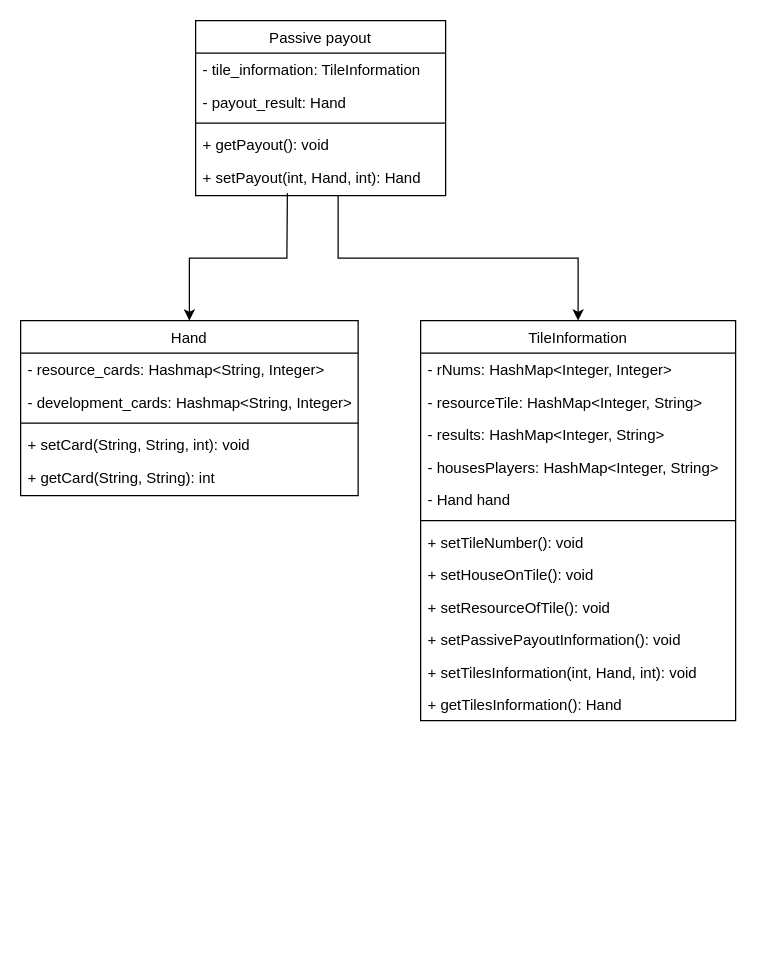
Earlier version of the draw.io diagram documentation/UML-diagrammes/class_diagram_passivepayout_package_detailed.drawio (M-Ike007/CatanGame). Source tidied: cells renumbered, new cells numbered last; positions are measured from the earlier drawing's top-left corner, leaving out a move shared by most shapes. Both pictures are drawn from the tidied source at 125%, with x=0, y=0 at pixel (20, 20).
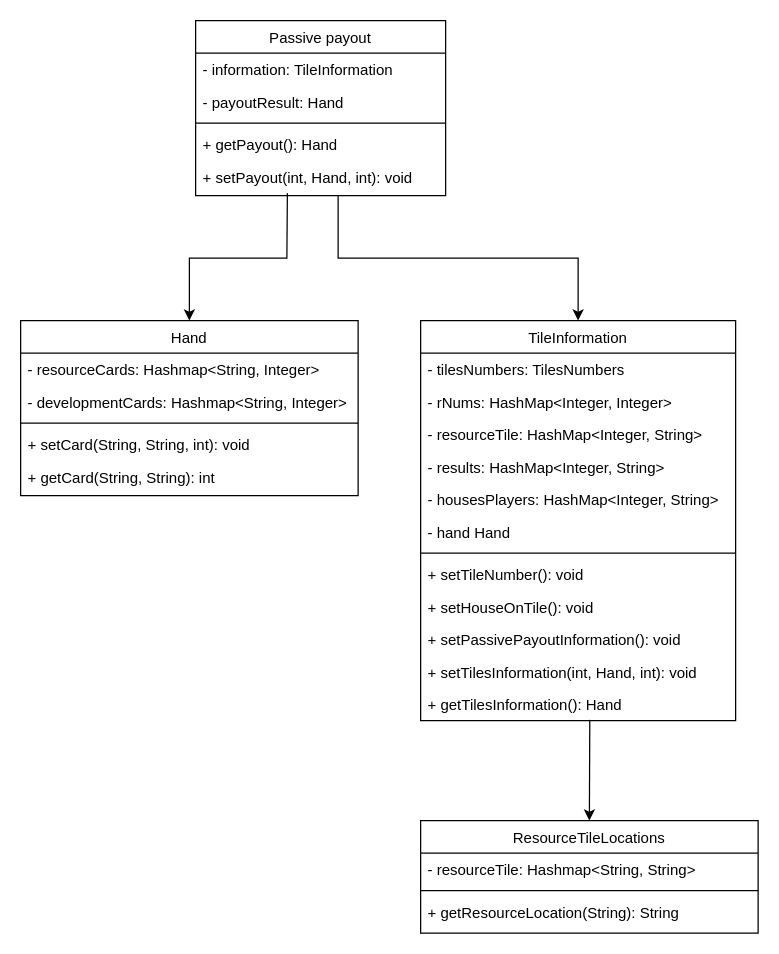
The same diagram, later.

Commit message (it also covers changes not shown here):
IVV, SDH. Update class diagram passivepayout

Unchanged cells that the change refers to:
```xml
<mxCell id="2" value="Passive payout" style="swimlane;fontStyle=0;align=center;verticalAlign=top;horizontal=1;startSize=26;rounded=0;shadow=0;strokeWidth=1;" parent="1" vertex="1">
  <mxGeometry x="140" width="200" height="140" as="geometry" />
</mxCell>
<mxCell id="8" value="Hand" style="swimlane;fontStyle=0;align=center;verticalAlign=top;horizontal=1;startSize=26;rounded=0;shadow=0;strokeWidth=1;" parent="1" vertex="1">
  <mxGeometry y="240" width="270" height="140" as="geometry" />
</mxCell>
<mxCell id="14" value="TileInformation" style="swimlane;fontStyle=0;align=center;verticalAlign=top;horizontal=1;startSize=26;rounded=0;shadow=0;strokeWidth=1;" parent="1" vertex="1">
  <mxGeometry x="320" y="240" width="252" height="320" as="geometry" />
</mxCell>
<mxCell id="26" value="+ getTilesInformation(): Hand" style="text;align=left;verticalAlign=top;spacingLeft=4;spacingRight=4;overflow=hidden;points=[[0,0.5],[1,0.5]];portConstraint=eastwest;rounded=0;shadow=0;html=0;" parent="14" vertex="1">
  <mxGeometry y="294" width="252" height="26" as="geometry" />
</mxCell>
```

Diff of the diagram source:
```diff
@@
-    <mxCell id="3" value="- tile_information: TileInformation" style="text;align=left;verticalAlign=top;spacingLeft=4;spacingRight=4;overflow=hidden;rounded=0;shadow=0;html=0;" parent="2" vertex="1">
+    <mxCell id="3" value="- information: TileInformation" style="text;align=left;verticalAlign=top;spacingLeft=4;spacingRight=4;overflow=hidden;rounded=0;shadow=0;html=0;" parent="2" vertex="1">
       <mxGeometry y="26" width="200" height="26" as="geometry" />
     </mxCell>
-    <mxCell id="4" value="- payout_result: Hand" style="text;align=left;verticalAlign=top;spacingLeft=4;spacingRight=4;overflow=hidden;" parent="2" vertex="1">
+    <mxCell id="4" value="- payoutResult: Hand" style="text;align=left;verticalAlign=top;spacingLeft=4;spacingRight=4;overflow=hidden;" parent="2" vertex="1">
       <mxGeometry y="52" width="200" height="26" as="geometry" />
     </mxCell>
@@
-    <mxCell id="6" value="+ getPayout(): void" style="text;align=left;verticalAlign=top;spacingLeft=4;spacingRight=4;overflow=hidden;" parent="2" vertex="1">
+    <mxCell id="6" value="+ getPayout(): Hand" style="text;align=left;verticalAlign=top;spacingLeft=4;spacingRight=4;overflow=hidden;" parent="2" vertex="1">
       <mxGeometry y="86" width="200" height="26" as="geometry" />
     </mxCell>
-    <mxCell id="7" value="+ setPayout(int, Hand, int): Hand" style="text;align=left;verticalAlign=top;spacingLeft=4;spacingRight=4;overflow=hidden;points=[[0,0.5],[1,0.5]];portConstraint=eastwest;rounded=0;shadow=0;html=0;" parent="2" vertex="1">
+    <mxCell id="7" value="+ setPayout(int, Hand, int): void" style="text;align=left;verticalAlign=top;spacingLeft=4;spacingRight=4;overflow=hidden;points=[[0,0.5],[1,0.5]];portConstraint=eastwest;rounded=0;shadow=0;html=0;" parent="2" vertex="1">
       <mxGeometry y="112" width="200" height="26" as="geometry" />
     </mxCell>
@@
-    <mxCell id="9" value="- resource_cards: Hashmap&lt;String, Integer&gt;" style="text;align=left;verticalAlign=top;spacingLeft=4;spacingRight=4;overflow=hidden;" parent="8" vertex="1">
+    <mxCell id="9" value="- resourceCards: Hashmap&lt;String, Integer&gt;" style="text;align=left;verticalAlign=top;spacingLeft=4;spacingRight=4;overflow=hidden;" parent="8" vertex="1">
       <mxGeometry y="26" width="270" height="26" as="geometry" />
     </mxCell>
-    <mxCell id="10" value="- development_cards: Hashmap&lt;String, Integer&gt;" style="text;align=left;verticalAlign=top;spacingLeft=4;spacingRight=4;overflow=hidden;rounded=0;shadow=0;html=0;" parent="8" vertex="1">
+    <mxCell id="10" value="- developmentCards: Hashmap&lt;String, Integer&gt;" style="text;align=left;verticalAlign=top;spacingLeft=4;spacingRight=4;overflow=hidden;rounded=0;shadow=0;html=0;" parent="8" vertex="1">
       <mxGeometry y="52" width="270" height="26" as="geometry" />
     </mxCell>
@@
-    <mxCell id="15" value="- rNums: HashMap&lt;Integer, Integer&gt;" style="text;align=left;verticalAlign=top;spacingLeft=4;spacingRight=4;overflow=hidden;" parent="14" vertex="1">
+    <mxCell id="15" value="- tilesNumbers: TilesNumbers" style="text;align=left;verticalAlign=top;spacingLeft=4;spacingRight=4;overflow=hidden;" parent="14" vertex="1">
       <mxGeometry y="26" width="252" height="26" as="geometry" />
     </mxCell>
+    <mxCell id="29" value="- rNums: HashMap&lt;Integer, Integer&gt;" style="text;align=left;verticalAlign=top;spacingLeft=4;spacingRight=4;overflow=hidden;" parent="14" vertex="1">
+      <mxGeometry y="52" width="252" height="26" as="geometry" />
+    </mxCell>
     <mxCell id="16" value="- resourceTile: HashMap&lt;Integer, String&gt;" style="text;align=left;verticalAlign=top;spacingLeft=4;spacingRight=4;overflow=hidden;rounded=0;shadow=0;html=0;" parent="14" vertex="1">
-      <mxGeometry y="52" width="252" height="26" as="geometry" />
+      <mxGeometry y="78" width="252" height="26" as="geometry" />
     </mxCell>
     <mxCell id="17" value="- results: HashMap&lt;Integer, String&gt;" style="text;align=left;verticalAlign=top;spacingLeft=4;spacingRight=4;overflow=hidden;rounded=0;shadow=0;html=0;" parent="14" vertex="1">
-      <mxGeometry y="78" width="252" height="26" as="geometry" />
+      <mxGeometry y="104" width="252" height="26" as="geometry" />
     </mxCell>
     <mxCell id="18" value="- housesPlayers: HashMap&lt;Integer, String&gt;" style="text;align=left;verticalAlign=top;spacingLeft=4;spacingRight=4;overflow=hidden;rounded=0;shadow=0;html=0;" parent="14" vertex="1">
-      <mxGeometry y="104" width="252" height="26" as="geometry" />
+      <mxGeometry y="130" width="252" height="26" as="geometry" />
     </mxCell>
-    <mxCell id="19" value="- Hand hand" style="text;align=left;verticalAlign=top;spacingLeft=4;spacingRight=4;overflow=hidden;" parent="14" vertex="1">
-      <mxGeometry y="130" width="252" height="26" as="geometry" />
+    <mxCell id="19" value="- hand Hand" style="text;align=left;verticalAlign=top;spacingLeft=4;spacingRight=4;overflow=hidden;" parent="14" vertex="1">
+      <mxGeometry y="156" width="252" height="26" as="geometry" />
     </mxCell>
     <mxCell id="20" style="line;html=1;strokeWidth=1;align=left;verticalAlign=middle;spacingTop=-1;spacingLeft=3;spacingRight=3;labelPosition=right;" parent="14" vertex="1">
-      <mxGeometry y="156" width="252" height="8" as="geometry" />
+      <mxGeometry y="182" width="252" height="8" as="geometry" />
     </mxCell>
     <mxCell id="21" value="+ setTileNumber(): void" style="text;align=left;verticalAlign=top;spacingLeft=4;spacingRight=4;overflow=hidden;" parent="14" vertex="1">
-      <mxGeometry y="164" width="252" height="26" as="geometry" />
+      <mxGeometry y="190" width="252" height="26" as="geometry" />
     </mxCell>
     <mxCell id="22" value="+ setHouseOnTile(): void" style="text;align=left;verticalAlign=top;spacingLeft=4;spacingRight=4;overflow=hidden;rounded=0;shadow=0;html=0;" parent="14" vertex="1">
-      <mxGeometry y="190" width="252" height="26" as="geometry" />
+      <mxGeometry y="216" width="252" height="26" as="geometry" />
     </mxCell>
-    <mxCell id="23" value="+ setResourceOfTile(): void" style="text;align=left;verticalAlign=top;spacingLeft=4;spacingRight=4;overflow=hidden;rounded=0;shadow=0;html=0;" parent="14" vertex="1">
-      <mxGeometry y="216" width="252" height="26" as="geometry" />
-    </mxCell>
@@
+    <mxCell id="30" value="ResourceTileLocations" style="swimlane;fontStyle=0;align=center;verticalAlign=top;horizontal=1;startSize=26;rounded=0;shadow=0;strokeWidth=1;" parent="1" vertex="1">
+      <mxGeometry x="320" y="640" width="270" height="90" as="geometry" />
+    </mxCell>
+    <mxCell id="31" value="- resourceTile: Hashmap&lt;String, String&gt;" style="text;align=left;verticalAlign=top;spacingLeft=4;spacingRight=4;overflow=hidden;" parent="30" vertex="1">
+      <mxGeometry y="26" width="270" height="26" as="geometry" />
+    </mxCell>
+    <mxCell id="32" style="line;html=1;strokeWidth=1;align=left;verticalAlign=middle;spacingTop=-1;spacingLeft=3;spacingRight=3;labelPosition=right;" parent="30" vertex="1">
+      <mxGeometry y="52" width="270" height="8" as="geometry" />
+    </mxCell>
+    <mxCell id="33" value="+ getResourceLocation(String): String" style="text;align=left;verticalAlign=top;spacingLeft=4;spacingRight=4;overflow=hidden;" parent="30" vertex="1">
+      <mxGeometry y="60" width="270" height="26" as="geometry" />
+    </mxCell>
+    <mxCell id="34" style="endArrow=classic;html=1;rounded=0;entryX=0.5;entryY=0;entryDx=0;entryDy=0;exitX=0.537;exitY=0.977;exitDx=0;exitDy=0;exitPerimeter=0;" parent="1" edge="1" source="26" target="30">
+      <mxGeometry relative="1" as="geometry" />
+    </mxCell>
```
